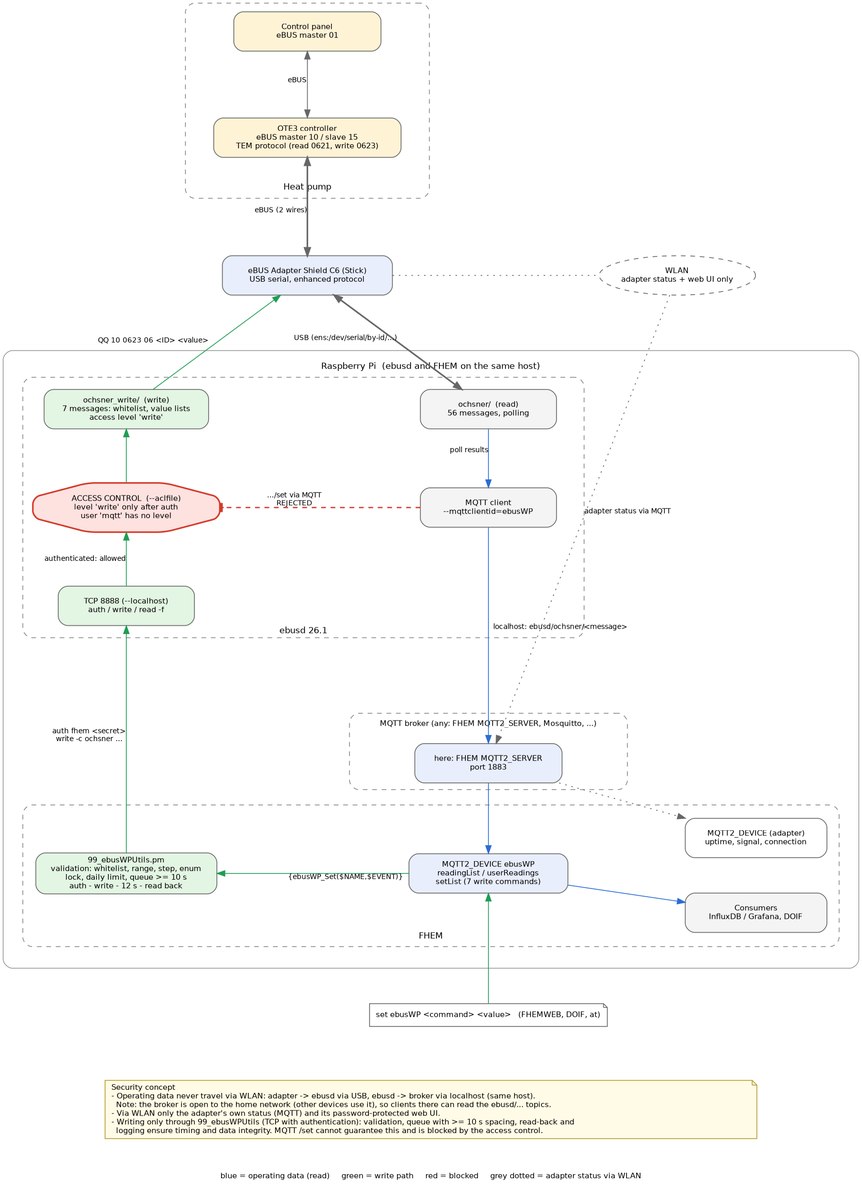
This is docs/pictures/fhem_ebusd_schema.png from jodler80/ebusd-guide-Ochsner-GMWW-with-Home-Assistant, a Graphviz export, as it was before one commit. Its source is kept beside it as configuration/fhem/fhem_ebusd_schema.dot.
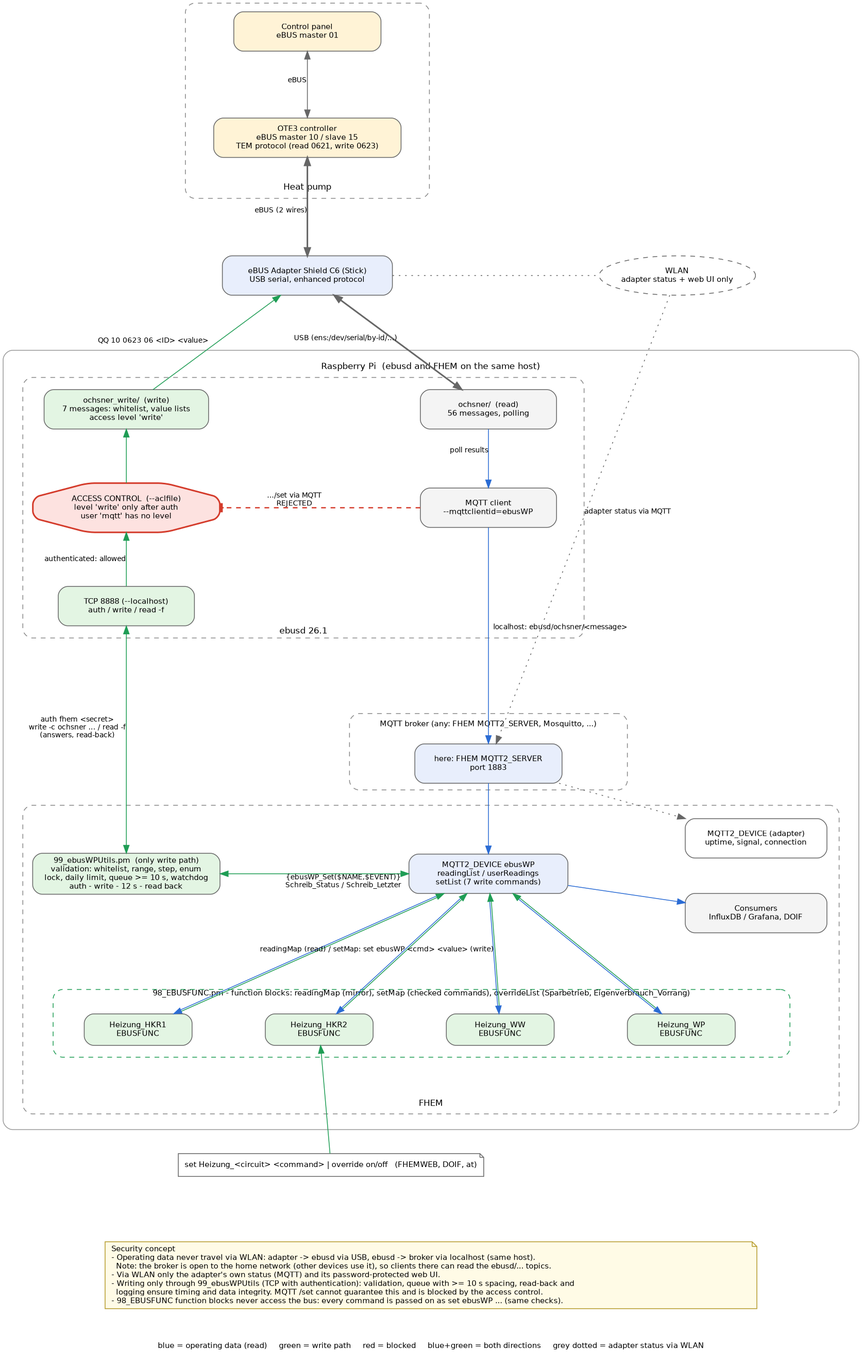
After the commit.

Commit message:
Diagram: add 98_EBUSFUNC function blocks and watchdog

Diff of the diagram source:
```diff
@@ -5,14 +5,14 @@
 
   f_wp    [pos="430,1022", width=4.3, height=3.45, shape=box, style="rounded,dashed", fillcolor="none", label="", color="#888888"];
   f_wp_l  [pos="430,912", label="Heat pump", shape=plaintext, style="", fontsize=11];
-  f_pi    [pos="587,312", width=15.1, height=10.9, shape=box, style="rounded", fillcolor="none", label="", color="#999999"];
+  f_pi    [pos="587,210", width=15.1, height=13.75, shape=box, style="rounded", fillcolor="none", label="", color="#999999"];
   f_pi_l  [pos="587,684", label="Raspberry Pi  (ebusd and FHEM on the same host)", shape=plaintext, style="", fontsize=11];
   f_eb    [pos="425,505", width=9.9, height=4.6, shape=box, style="rounded,dashed", fillcolor="none", label="", color="#888888"];
   f_eb_l  [pos="425,348", label="ebusd 26.1", shape=plaintext, style="", fontsize=11];
   f_mq    [pos="660,195", width=4.9, height=1.35, shape=box, style="rounded,dashed", fillcolor="none", label="", color="#888888"];
   f_mq_l  [pos="660,230", label="MQTT broker (any: FHEM MQTT2_SERVER, Mosquitto, ...)", shape=plaintext, style="", fontsize=10];
-  f_fh    [pos="587,37", width=14.4, height=2.5, shape=box, style="rounded,dashed", fillcolor="none", label="", color="#888888"];
-  f_fh_l  [pos="587,-40", label="FHEM", shape=plaintext, style="", fontsize=11];
+  f_fh    [pos="587,-69", width=14.4, height=5.45, shape=box, style="rounded,dashed", fillcolor="none", label="", color="#888888"];
+  f_fh_l  [pos="587,-252", label="FHEM", shape=plaintext, style="", fontsize=11];
 
   panel  [pos="430,1110", label="Control panel\neBUS master 01", fillcolor="#fff3d6"];
   ote    [pos="430,975",  label="OTE3 controller\neBUS master 10 / slave 15\nTEM protocol (read 0621, write 0623)", fillcolor="#fff3d6", width=3.3];
@@ -26,20 +26,28 @@
   tcp    [pos="200,380", label="TCP 8888 (--localhost)\nauth / write / read -f", fillcolor="#e3f5e3", width=2.4];
 
   broker [pos="660,180", label="here: FHEM MQTT2_SERVER\nport 1883", fillcolor="#e8eefc", width=2.6];
-  util   [pos="200,40",  label="99_ebusWPUtils.pm\nvalidation: whitelist, range, step, enum\nlock, daily limit, queue >= 10 s\nauth - write - 12 s - read back", fillcolor="#e3f5e3", width=3.2];
+  util   [pos="200,40",  label="99_ebusWPUtils.pm  (only write path)\nvalidation: whitelist, range, step, enum\nlock, daily limit, queue >= 10 s, watchdog\nauth - write - 12 s - read back", fillcolor="#e3f5e3", width=3.3];
   dev    [pos="660,40",  label="MQTT2_DEVICE ebusWP\nreadingList / userReadings\nsetList (7 write commands)", fillcolor="#e8eefc", width=2.8];
   status [pos="1000,85", label="MQTT2_DEVICE (adapter)\nuptime, signal, connection", fillcolor="#ffffff", width=2.5];
   use    [pos="1000,-10",label="Consumers\nInfluxDB / Grafana, DOIF", width=2.5];
-  user   [pos="660,-140",label="set ebusWP <command> <value>   (FHEMWEB, DOIF, at)", shape=note, fillcolor="#ffffff", width=3.6, height=0.4];
+  user   [pos="460,-330", label="set Heizung_<circuit> <command> | override on/off   (FHEMWEB, DOIF, at)", shape=note, fillcolor="#ffffff", width=5.2, height=0.4];
 
-  note   [pos="587,-260", shape=note, fillcolor="#fffbe6", color="#b59b2b", fontsize=10, width=11.5, label=
+  f_fb    [pos="575,-150", width=13.0, height=1.2, shape=box, style="rounded,dashed", fillcolor="none", label="", color="#1f9d55"];
+  f_fb_l  [pos="575,-112", label="98_EBUSFUNC.pm - function blocks: readingMap (mirror), setMap (checked commands), overrideList (Sparbetrieb, Eigenverbrauch_Vorrang)", shape=plaintext, style="", fontsize=10];
+  fb1     [pos="215,-158", label="Heizung_HKR1\nEBUSFUNC", fillcolor="#e3f5e3", width=1.9, height=0.55];
+  fb2     [pos="445,-158", label="Heizung_HKR2\nEBUSFUNC", fillcolor="#e3f5e3", width=1.9, height=0.55];
+  fb3     [pos="675,-158", label="Heizung_WW\nEBUSFUNC", fillcolor="#e3f5e3", width=1.9, height=0.55];
+  fb4     [pos="905,-158", label="Heizung_WP\nEBUSFUNC", fillcolor="#e3f5e3", width=1.9, height=0.55];
+
+  note   [pos="587,-470", shape=note, fillcolor="#fffbe6", color="#b59b2b", fontsize=10, width=11.5, label=
 "Security concept\l\
 - Operating data never travel via WLAN: adapter -> ebusd via USB, ebusd -> broker via localhost (same host).\l\
   Note: the broker is open to the home network (other devices use it), so clients there can read the ebusd/... topics.\l\
 - Via WLAN only the adapter's own status (MQTT) and its password-protected web UI.\l\
 - Writing only through 99_ebusWPUtils (TCP with authentication): validation, queue with >= 10 s spacing, read-back and\l\
-  logging ensure timing and data integrity. MQTT /set cannot guarantee this and is blocked by the access control.\l"];
-  legend [pos="587,-345", shape=plaintext, style="", fontsize=10, label="blue = operating data (read)     green = write path     red = blocked     grey dotted = adapter status via WLAN"];
+  logging ensure timing and data integrity. MQTT /set cannot guarantee this and is blocked by the access control.\l\
+- 98_EBUSFUNC function blocks never access the bus: every command is passed on as set ebusWP ... (same checks).\l"];
+  legend [pos="587,-560", shape=plaintext, style="", fontsize=10, label="blue = operating data (read)     green = write path     red = blocked     blue+green = both directions     grey dotted = adapter status via WLAN"];
 
   panel -> ote    [dir=both, label="  eBUS"];
   ote -> adapter  [dir=both, penwidth=2, label="  eBUS (2 wires)"];
@@ -53,9 +61,13 @@
   wlan -> broker  [style=dotted, label="adapter status via MQTT  "];
   broker -> status [style=dotted];
 
-  user -> dev     [color="#1f9d55"];
-  dev -> util     [color="#1f9d55", label="{ebusWP_Set($NAME,$EVENT)}"];
-  util -> tcp     [color="#1f9d55", label="  auth fhem <secret>\n  write -c ochsner ..."];
+  user -> fb2     [color="#1f9d55"];
+  dev -> fb1      [dir=both, color="#2b6cd4:#1f9d55"];
+  dev -> fb2      [dir=both, color="#2b6cd4:#1f9d55"];
+  dev -> fb3      [dir=both, color="#2b6cd4:#1f9d55", label="  readingMap (read) / setMap: set ebusWP <cmd> <value> (write)"];
+  dev -> fb4      [dir=both, color="#2b6cd4:#1f9d55"];
+  dev -> util     [dir=both, color="#1f9d55", label="{ebusWP_Set($NAME,$EVENT)}\nSchreib_Status / Schreib_Letzter"];
+  util -> tcp     [dir=both, color="#1f9d55", label="  auth fhem <secret>\n  write -c ochsner ... / read -f\n  (answers, read-back)"];
   tcp -> acl      [color="#1f9d55", label="  authenticated: allowed"];
   acl -> cfgw     [color="#1f9d55"];
   cfgw -> adapter [color="#1f9d55", label="QQ 10 0623 06 <ID> <value>  "];
```
